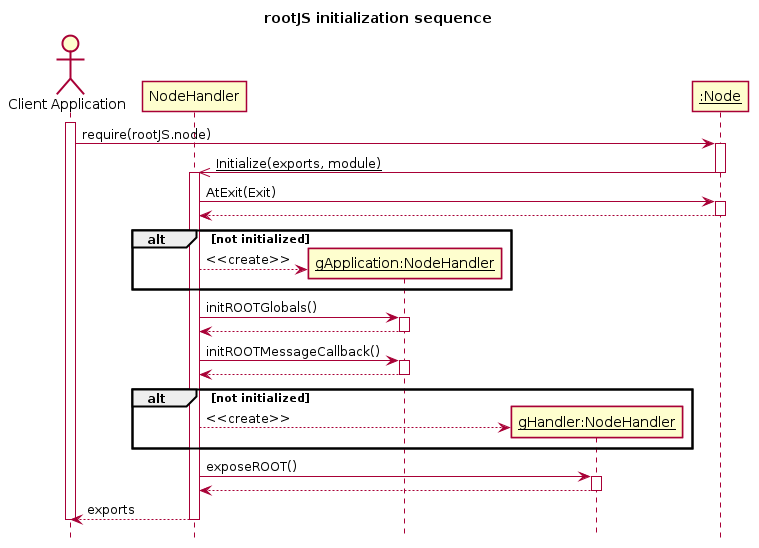
Above: presentation/resources/initSequence.png in rootjs/design (PlantUML), before the change. Its diagram source:
```plantuml
@startuml

 skinparam shadowing false


hide footbox




title rootJS initialization sequence

actor "Client Application" as Client
participant "NodeHandler" as NodeHandler
participant "<u>gApplication:NodeHandler</u>" as NodeApplicationInstance
participant "<u>gHandler:NodeHandler</u>" as NodeHandlerInstance
participant "<u>:Node</u>" as V8

activate Client
Client -> V8: require(rootJS.node)

activate V8
V8 ->> NodeHandler : <u>Initialize(exports, module)</u>
deactivate V8

activate NodeHandler

NodeHandler -> V8 : AtExit(Exit)
activate V8
V8 --> NodeHandler
deactivate V8

alt not initialized
  create NodeApplicationInstance
  NodeHandler --> NodeApplicationInstance : <<create>>
end

NodeHandler -> NodeApplicationInstance : initROOTGlobals()
activate NodeApplicationInstance
NodeApplicationInstance --> NodeHandler
deactivate NodeApplicationInstance

NodeHandler -> NodeApplicationInstance : initROOTMessageCallback()
activate NodeApplicationInstance
NodeApplicationInstance --> NodeHandler
deactivate NodeApplicationInstance

alt not initialized
  create NodeHandlerInstance
  NodeHandler --> NodeHandlerInstance : <<create>>
end

NodeHandler -> NodeHandlerInstance : exposeROOT()
activate NodeHandlerInstance
NodeHandlerInstance --> NodeHandler
deactivate NodeHandlerInstance

NodeHandler --> Client: exports
deactivate NodeHandler

deactivate Client
@enduml
```
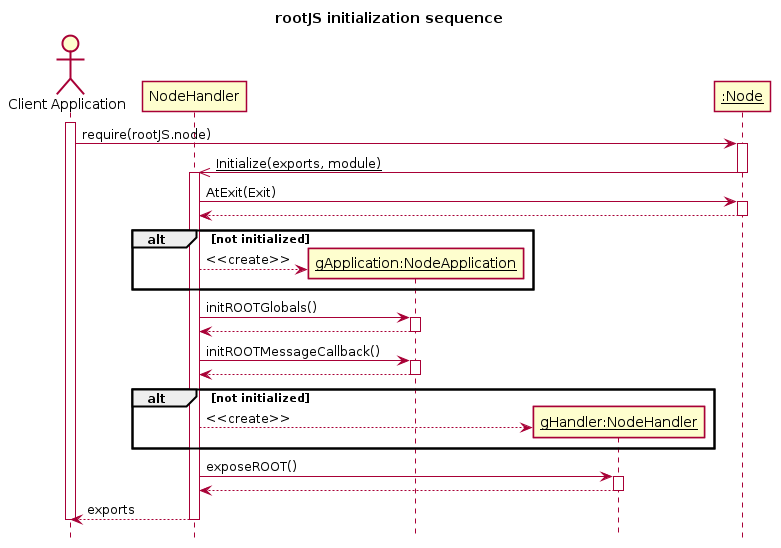
After the change.

Diff of the diagram source:
```diff
@@ -12,7 +12,7 @@
 
 actor "Client Application" as Client
 participant "NodeHandler" as NodeHandler
-participant "<u>gApplication:NodeHandler</u>" as NodeApplicationInstance
+participant "<u>gApplication:NodeApplication</u>" as NodeApplicationInstance
 participant "<u>gHandler:NodeHandler</u>" as NodeHandlerInstance
 participant "<u>:Node</u>" as V8
 
```
